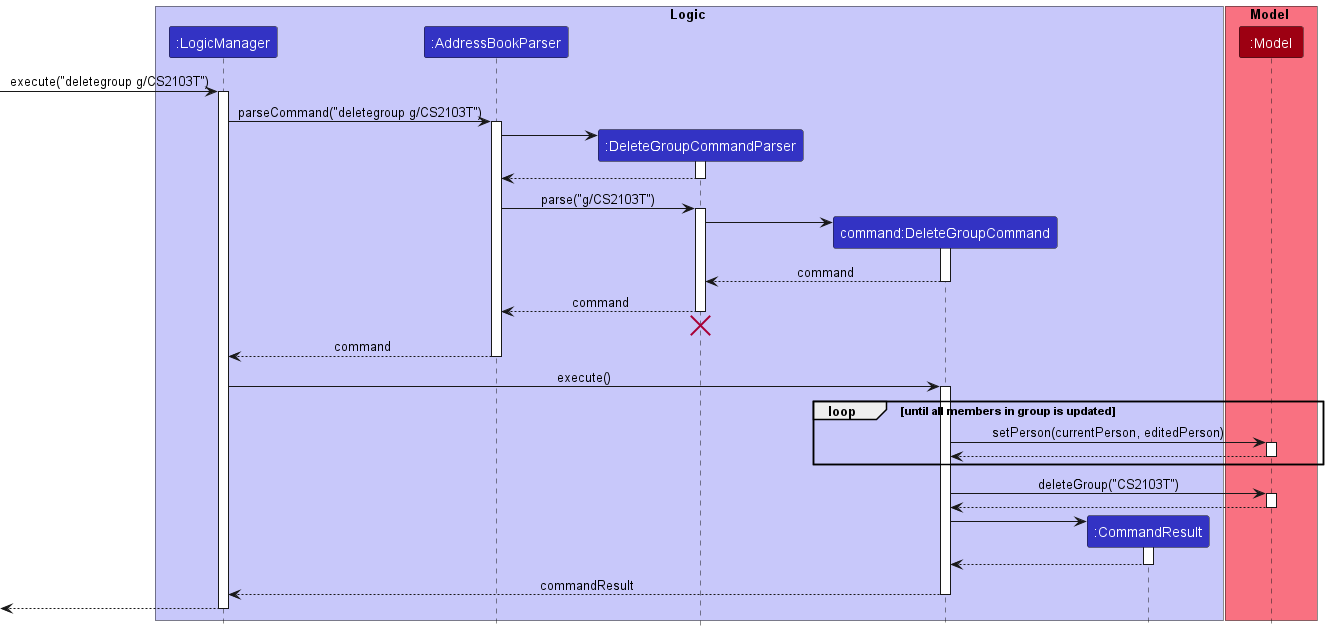
Before: docs/images/DeleteGroupSequenceDiagram.png, a diagram exported from PlantUML (nus-cs2103-AY2223S1/tp).
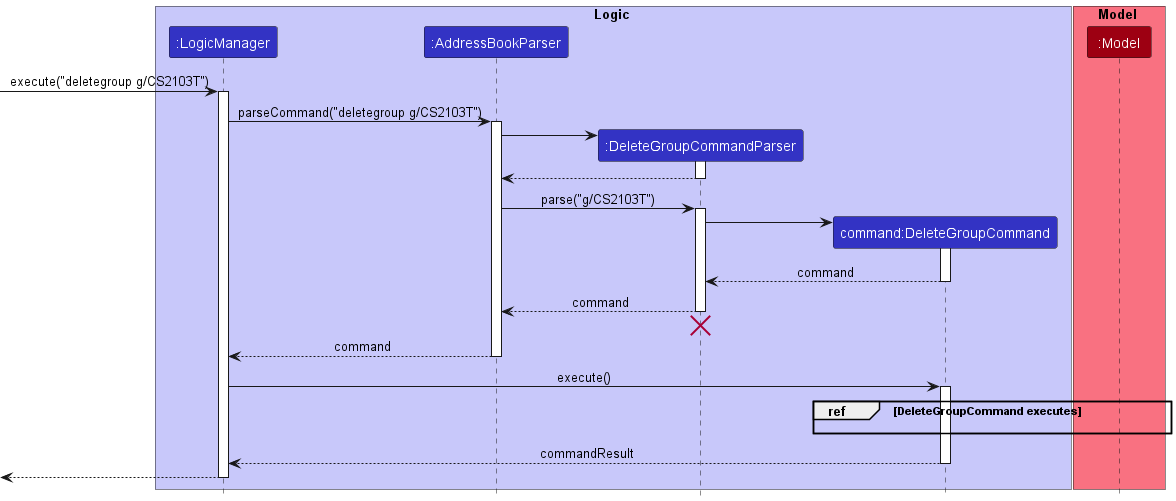
Later version of the same file.

Change to the diagram source:
```diff
@@ -6,7 +6,6 @@
 participant ":AddressBookParser" as AddressBookParser LOGIC_COLOR
 participant ":DeleteGroupCommandParser" as DeleteGroupCommandParser LOGIC_COLOR
 participant "command:DeleteGroupCommand" as DeleteGroupCommand LOGIC_COLOR
-participant ":CommandResult" as CommandResult LOGIC_COLOR
 end box
 
 box Model MODEL_COLOR_T1
@@ -46,26 +45,10 @@
 LogicManager -> DeleteGroupCommand : execute()
 activate DeleteGroupCommand
 
-loop until all members in group is updated
-    DeleteGroupCommand -> Model : setPerson(currentPerson, editedPerson)
-activate Model
+group ref [DeleteGroupCommand executes]
+DeleteGroupCommand -[hidden]-> Model
 
-Model --> DeleteGroupCommand
-deactivate Model
 end
-
-DeleteGroupCommand -> Model : deleteGroup("CS2103T")
-activate Model
-
-Model --> DeleteGroupCommand
-deactivate Model
-
-create CommandResult
-DeleteGroupCommand -> CommandResult
-activate CommandResult
-
-CommandResult --> DeleteGroupCommand
-deactivate CommandResult
 
 DeleteGroupCommand --> LogicManager : commandResult
 deactivate DeleteGroupCommand
```
